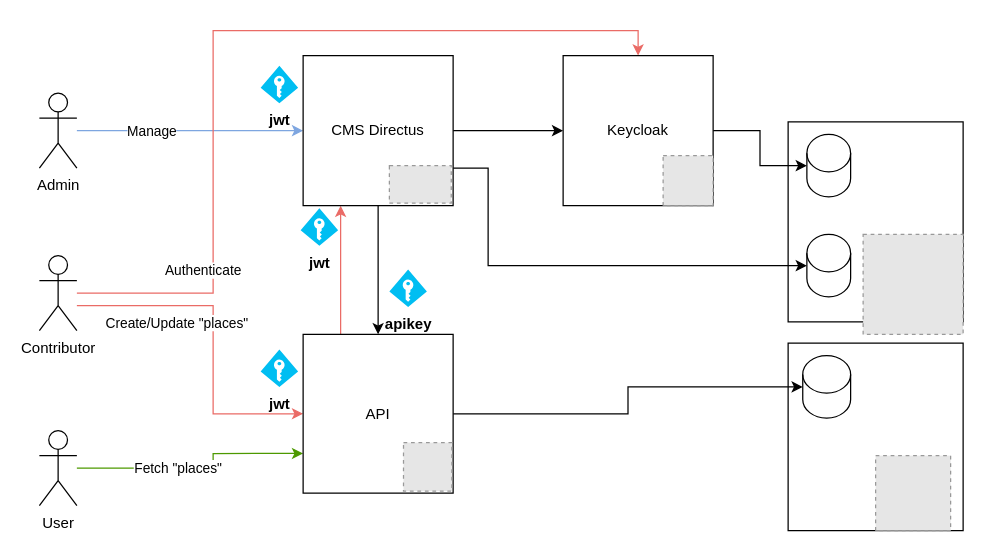
Before: doc/architecture.drawio in epourail/pewpui, a draw.io diagram. Source tidied: cells renumbered, new cells numbered last; positions are measured from the earlier drawing's top-left corner, leaving out a move shared by most shapes. Both pictures are drawn from the tidied source at 125%, with x=0, y=0 at pixel (39, 30). Pictures stored in the file or linked from it are replaced by grey dashed boxes.
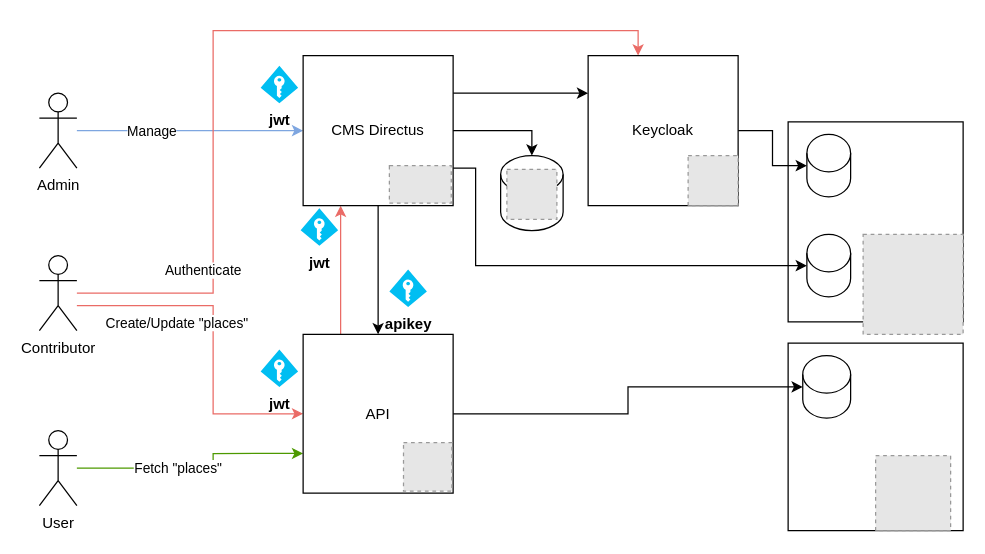
Above is the later version.

Commit message (it also covers changes not shown here):
feature/api

Unchanged cells that the change refers to:
```xml
<mxCell id="18" style="shape=cylinder3;whiteSpace=wrap;html=1;boundedLbl=1;backgroundOutline=1;size=15;" parent="14" vertex="1">
  <mxGeometry x="15" y="90" width="35" height="50" as="geometry" />
</mxCell>
<mxCell id="34" value="CMS Directus" style="rounded=0;whiteSpace=wrap;html=1;" parent="1" vertex="1">
  <mxGeometry x="211" y="20" width="120" height="120" as="geometry" />
</mxCell>
```

Change to the diagram source:
```diff
@@
     <mxCell id="20" style="edgeStyle=orthogonalEdgeStyle;rounded=0;jettySize=auto;html=1;entryX=0;entryY=0.5;entryDx=0;entryDy=0;entryPerimeter=0;exitX=1;exitY=0.75;exitDx=0;exitDy=0;" parent="1" edge="1" source="34" target="18">
       <mxGeometry relative="1" as="geometry">
         <Array as="points">
-          <mxPoint x="359" y="110" />
-          <mxPoint x="359" y="188" />
+          <mxPoint x="349" y="110" />
+          <mxPoint x="349" y="188" />
         </Array>
       </mxGeometry>
     </mxCell>
     <mxCell id="21" style="edgeStyle=orthogonalEdgeStyle;rounded=0;jettySize=auto;html=1;" parent="1" edge="1" source="34" target="36">
-      <mxGeometry relative="1" as="geometry" />
+      <mxGeometry relative="1" as="geometry">
+        <Array as="points">
+          <mxPoint x="389" y="50" />
+          <mxPoint x="389" y="50" />
+        </Array>
+      </mxGeometry>
     </mxCell>
@@
     <mxCell id="36" value="Keycloak" style="whiteSpace=wrap;html=1;" parent="1" vertex="1">
-      <mxGeometry x="419" y="20" width="120" height="120" as="geometry" />
+      <mxGeometry x="439" y="20" width="120" height="120" as="geometry" />
     </mxCell>
     <mxCell id="37" style="fillColor=#E6E6E6;strokeColor=#999999;dashed=1;verticalLabelPosition=bottom;labelBackgroundColor=default;verticalAlign=top;" parent="1" vertex="1">
-      <mxGeometry x="499" y="100" width="40" height="40" as="geometry" />
+      <mxGeometry x="519" y="100" width="40" height="40" as="geometry" />
     </mxCell>
+    <mxCell id="38" style="group;" parent="1" vertex="1">
+      <mxGeometry x="369" y="100" width="50" height="60" as="geometry" />
+    </mxCell>
+    <mxCell id="39" style="shape=cylinder3;whiteSpace=wrap;html=1;boundedLbl=1;backgroundOutline=1;size=15;" parent="38" vertex="1">
+      <mxGeometry width="50" height="60" as="geometry" />
+    </mxCell>
+    <mxCell id="40" style="fillColor=#E6E6E6;strokeColor=#999999;dashed=1;verticalLabelPosition=bottom;labelBackgroundColor=default;verticalAlign=top;" parent="38" vertex="1">
+      <mxGeometry x="5" y="11" width="40" height="40" as="geometry" />
+    </mxCell>
+    <mxCell id="41" style="edgeStyle=orthogonalEdgeStyle;rounded=0;jettySize=auto;html=1;entryX=0.5;entryY=0;entryDx=0;entryDy=0;entryPerimeter=0;" parent="1" edge="1" source="34" target="39">
+      <mxGeometry relative="1" as="geometry" />
+    </mxCell>
```
